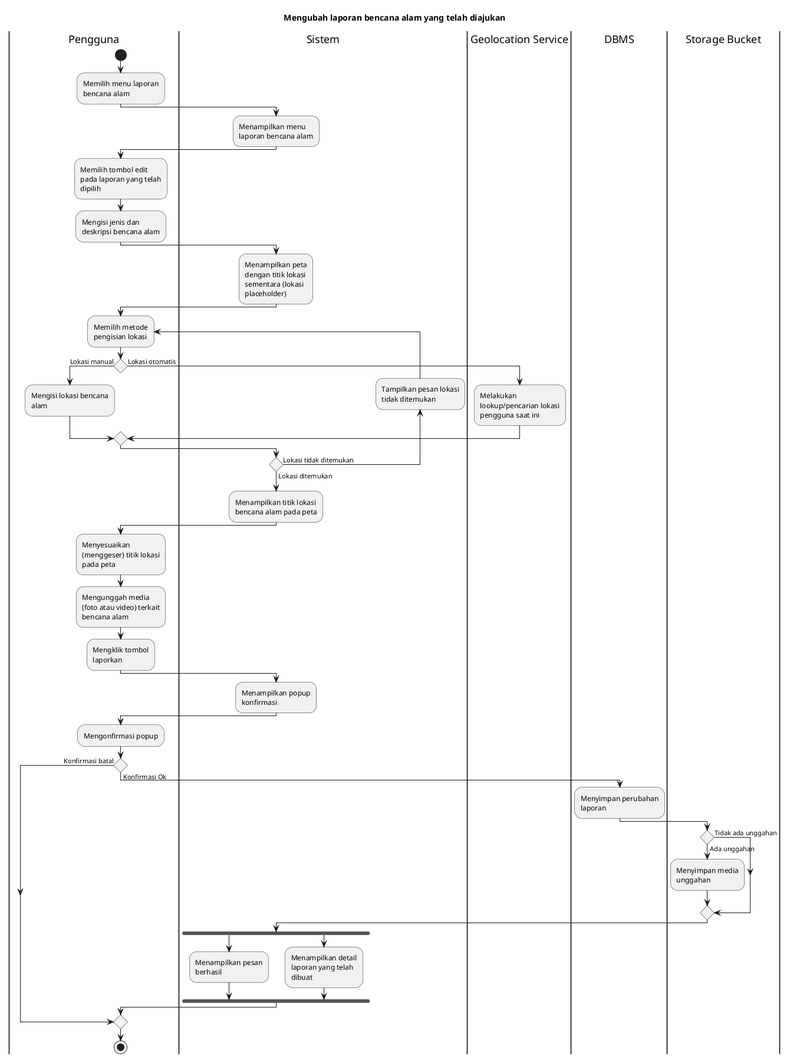
Before: export/Activity Diagrams/UC-MAP - Peta Bencana/UC-MAP-018 - Mengubah laporan bencana alam yang telah diajukan.png, a diagram exported from PlantUML (bagusNA/appl-diagrams). Its diagram source:
```plantuml
@startuml
skinparam wrapWidth 140

title Mengubah laporan bencana alam yang telah diajukan

|Pengguna|
start
:Memilih menu laporan bencana alam;

|Sistem|
:Menampilkan menu laporan bencana alam;

|Pengguna|
:Memilih tombol edit pada laporan yang telah dipilih;
:Mengisi jenis dan deskripsi bencana alam;

|Sistem|
:Menampilkan peta dengan titik lokasi sementara (lokasi placeholder);

|Pengguna|
repeat:Memilih metode pengisian lokasi;
if () then (Lokasi manual)
  |Pengguna|
  :Mengisi lokasi bencana alam;

else (Lokasi otomatis)
  |Geolocation Service|
  :Melakukan lookup/pencarian lokasi pengguna saat ini;
endif

|Sistem|
backward:Tampilkan pesan lokasi tidak ditemukan;
repeat while () is (Lokasi tidak ditemukan) not (Lokasi ditemukan)

|Sistem|
:Menampilkan titik lokasi bencana alam pada peta;

|Pengguna|
:Menyesuaikan (menggeser) titik lokasi pada peta;

|Pengguna|
:Mengunggah media (foto atau video) terkait bencana alam;
:Mengklik tombol laporkan;

|Sistem|
:Menampilkan popup konfirmasi;

|Pengguna|
:Mengonfirmasi popup;

if () then (Konfirmasi batal)
else (Konfirmasi Ok)
  |DBMS|
  :Menyimpan perubahan laporan;

  |Storage Bucket|
  if () then (Tidak ada unggahan)
  else (Ada unggahan)
    :Menyimpan media unggahan;
  endif

  |Sistem|
  fork
    :Menampilkan pesan berhasil;
  fork again
    :Menampilkan detail laporan yang telah dibuat;
  endfork
endif

|Pengguna|
stop
@enduml
```
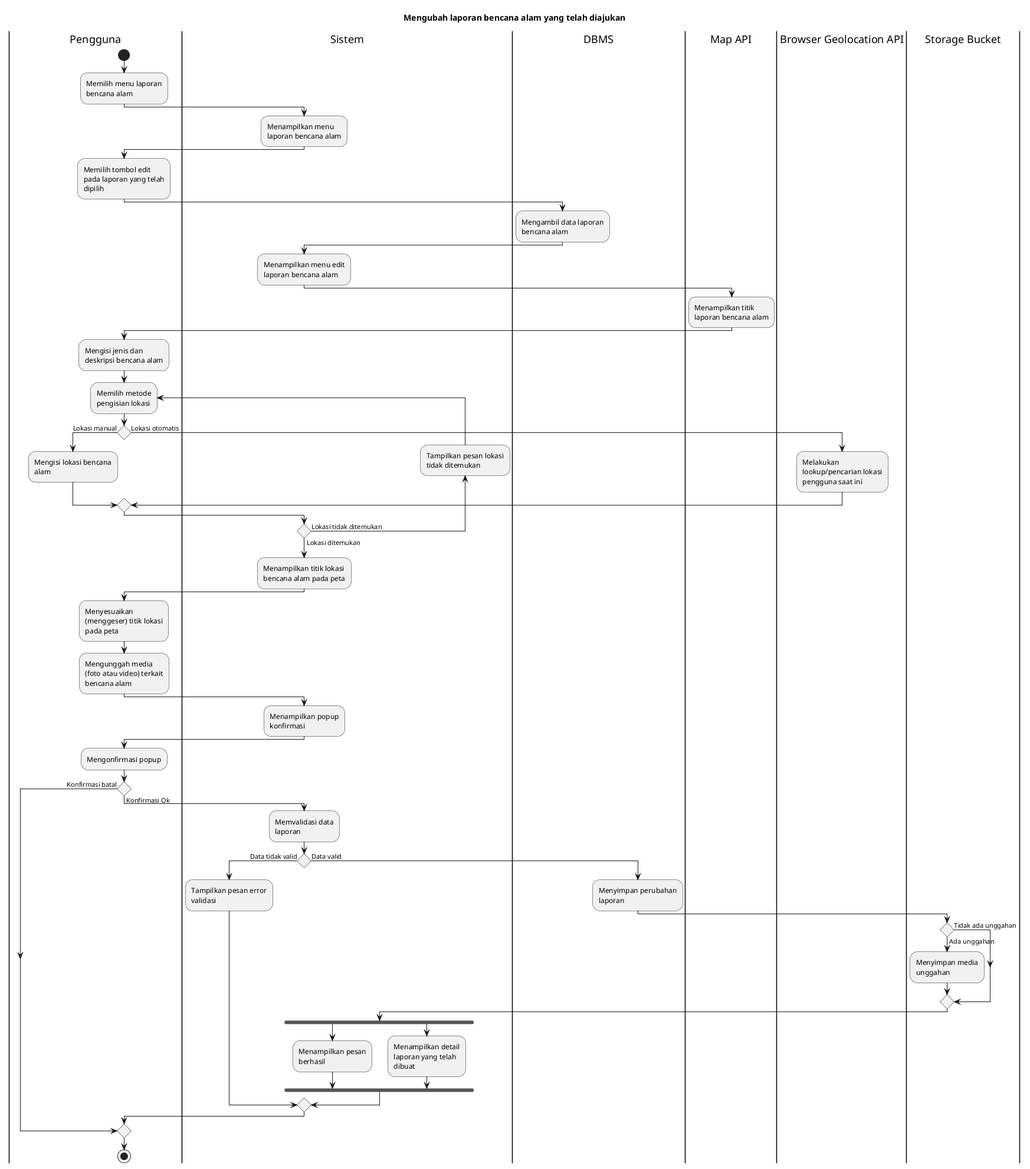
After the commit.

What changed in the source:
```diff
@@ -12,10 +12,18 @@
 
 |Pengguna|
 :Memilih tombol edit pada laporan yang telah dipilih;
-:Mengisi jenis dan deskripsi bencana alam;
+
+|DBMS|
+:Mengambil data laporan bencana alam;
 
 |Sistem|
-:Menampilkan peta dengan titik lokasi sementara (lokasi placeholder);
+:Menampilkan menu edit laporan bencana alam;
+
+|Map API|
+:Menampilkan titik laporan bencana alam;
+
+|Pengguna|
+:Mengisi jenis dan deskripsi bencana alam;
 
 |Pengguna|
 repeat:Memilih metode pengisian lokasi;
@@ -24,7 +32,7 @@
   :Mengisi lokasi bencana alam;
 
 else (Lokasi otomatis)
-  |Geolocation Service|
+  |Browser Geolocation API|
   :Melakukan lookup/pencarian lokasi pengguna saat ini;
 endif
 
@@ -37,10 +45,7 @@
 
 |Pengguna|
 :Menyesuaikan (menggeser) titik lokasi pada peta;
-
-|Pengguna|
 :Mengunggah media (foto atau video) terkait bencana alam;
-:Mengklik tombol laporkan;
 
 |Sistem|
 :Menampilkan popup konfirmasi;
@@ -50,21 +55,30 @@
 
 if () then (Konfirmasi batal)
 else (Konfirmasi Ok)
-  |DBMS|
-  :Menyimpan perubahan laporan;
+  |Sistem|
+  :Memvalidasi data laporan;
 
-  |Storage Bucket|
-  if () then (Tidak ada unggahan)
-  else (Ada unggahan)
-    :Menyimpan media unggahan;
+  if () then (Data tidak valid)
+    |Sistem|
+    :Tampilkan pesan error validasi;
+  else (Data valid)
+    |DBMS|
+    :Menyimpan perubahan laporan;
+
+    |Storage Bucket|
+    if () then (Tidak ada unggahan)
+    else (Ada unggahan)
+      :Menyimpan media unggahan;
+    endif
+
+    |Sistem|
+    fork
+      :Menampilkan pesan berhasil;
+    fork again
+      :Menampilkan detail laporan yang telah dibuat;
+    endfork
   endif
 
-  |Sistem|
-  fork
-    :Menampilkan pesan berhasil;
-  fork again
-    :Menampilkan detail laporan yang telah dibuat;
-  endfork
 endif
 
 |Pengguna|
```
